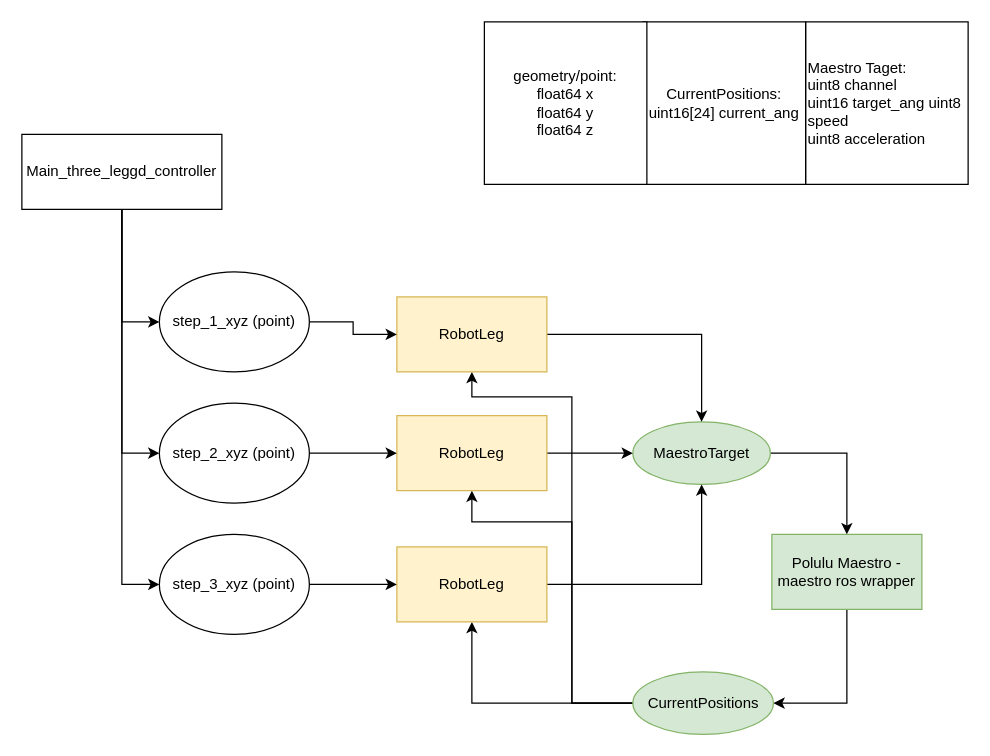
Before: app_ros_graph.drawio in eSqadron/Zebulon05, a draw.io diagram. Source tidied: cells renumbered, new cells numbered last; positions are measured from the earlier drawing's top-left corner, leaving out a move shared by most shapes. Both pictures are drawn from the tidied source at 125%, with x=0, y=0 at pixel (21, 21).
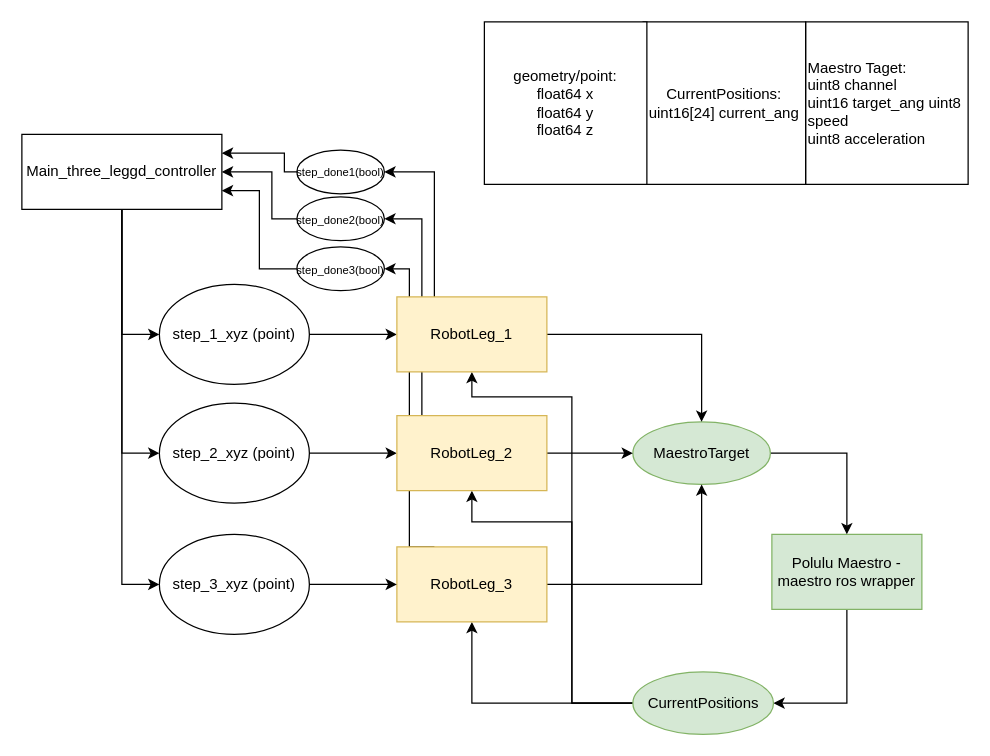
The same diagram, later.

Unchanged cells that the change refers to:
```xml
<mxCell id="27" value="Main_three_leggd_controller" style="rounded=0;whiteSpace=wrap;html=1;" parent="1" vertex="1">
  <mxGeometry y="90" width="160" height="60" as="geometry" />
</mxCell>
```

Diff of the diagram source:
```diff
@@
-    <mxCell id="13" value="RobotLeg" style="rounded=0;whiteSpace=wrap;html=1;fillColor=#fff2cc;strokeColor=#d6b656;" parent="1" vertex="1">
-      <mxGeometry x="300" y="220" width="120" height="60" as="geometry" />
-    </mxCell>
+    <mxCell id="29" style="edgeStyle=orthogonalEdgeStyle;rounded=0;jettySize=auto;html=1;exitX=0.25;exitY=0;exitDx=0;exitDy=0;entryX=1;entryY=0.5;entryDx=0;entryDy=0;fontSize=9;" parent="1" edge="1" source="13" target="33">
+      <mxGeometry relative="1" as="geometry" />
+    </mxCell>
@@
     <mxCell id="15" value="step_1_xyz (point)" style="ellipse;whiteSpace=wrap;html=1;" parent="1" vertex="1">
-      <mxGeometry x="110" y="200" width="120" height="80" as="geometry" />
+      <mxGeometry x="110" y="210" width="120" height="80" as="geometry" />
     </mxCell>
@@
-    <mxCell id="17" value="RobotLeg" style="rounded=0;whiteSpace=wrap;html=1;fillColor=#fff2cc;strokeColor=#d6b656;" parent="1" vertex="1">
-      <mxGeometry x="300" y="315" width="120" height="60" as="geometry" />
-    </mxCell>
+    <mxCell id="30" style="edgeStyle=orthogonalEdgeStyle;rounded=0;jettySize=auto;html=1;exitX=0.25;exitY=0;exitDx=0;exitDy=0;entryX=1;entryY=0.5;entryDx=0;entryDy=0;fontSize=9;" parent="1" edge="1" source="17" target="35">
+      <mxGeometry relative="1" as="geometry">
+        <Array as="points">
+          <mxPoint x="320" y="315" />
+          <mxPoint x="320" y="158" />
+        </Array>
+      </mxGeometry>
+    </mxCell>
@@
+    <mxCell id="31" style="edgeStyle=orthogonalEdgeStyle;rounded=0;jettySize=auto;html=1;exitX=0.25;exitY=0;exitDx=0;exitDy=0;entryX=1;entryY=0.5;entryDx=0;entryDy=0;fontSize=9;" parent="1" edge="1" source="21" target="37">
+      <mxGeometry relative="1" as="geometry">
+        <Array as="points">
+          <mxPoint x="310" y="420" />
+          <mxPoint x="310" y="198" />
+        </Array>
+      </mxGeometry>
+    </mxCell>
-    <mxCell id="21" value="RobotLeg" style="rounded=0;whiteSpace=wrap;html=1;fillColor=#fff2cc;strokeColor=#d6b656;" parent="1" vertex="1">
+    <mxCell id="21" value="RobotLeg_3" style="rounded=0;whiteSpace=wrap;html=1;fillColor=#fff2cc;strokeColor=#d6b656;" parent="1" vertex="1">
       <mxGeometry x="300" y="420" width="120" height="60" as="geometry" />
     </mxCell>
@@
+    <mxCell id="32" style="edgeStyle=orthogonalEdgeStyle;rounded=0;jettySize=auto;html=1;exitX=0;exitY=0.5;exitDx=0;exitDy=0;entryX=1;entryY=0.25;entryDx=0;entryDy=0;fontSize=9;" parent="1" edge="1" source="33" target="27">
+      <mxGeometry relative="1" as="geometry">
+        <Array as="points">
+          <mxPoint x="210" y="120" />
+          <mxPoint x="210" y="105" />
+        </Array>
+      </mxGeometry>
+    </mxCell>
+    <mxCell id="33" value="&lt;font style=&quot;font-size: 9px;&quot;&gt;step_done1(bool)&lt;/font&gt;" style="ellipse;whiteSpace=wrap;html=1;" parent="1" vertex="1">
+      <mxGeometry x="220" y="102.5" width="70" height="35" as="geometry" />
+    </mxCell>
+    <mxCell id="34" style="edgeStyle=orthogonalEdgeStyle;rounded=0;jettySize=auto;html=1;exitX=0;exitY=0.5;exitDx=0;exitDy=0;entryX=1;entryY=0.5;entryDx=0;entryDy=0;fontSize=9;" parent="1" edge="1" source="35" target="27">
+      <mxGeometry relative="1" as="geometry">
+        <Array as="points">
+          <mxPoint x="200" y="158" />
+          <mxPoint x="200" y="120" />
+        </Array>
+      </mxGeometry>
+    </mxCell>
+    <mxCell id="35" value="&lt;font style=&quot;font-size: 9px;&quot;&gt;step_done2(bool)&lt;/font&gt;" style="ellipse;whiteSpace=wrap;html=1;" parent="1" vertex="1">
+      <mxGeometry x="220" y="140" width="70" height="35" as="geometry" />
+    </mxCell>
+    <mxCell id="36" style="edgeStyle=orthogonalEdgeStyle;rounded=0;jettySize=auto;html=1;exitX=0;exitY=0.5;exitDx=0;exitDy=0;entryX=1;entryY=0.75;entryDx=0;entryDy=0;fontSize=9;" parent="1" edge="1" source="37" target="27">
+      <mxGeometry relative="1" as="geometry" />
+    </mxCell>
+    <mxCell id="37" value="&lt;font style=&quot;font-size: 9px;&quot;&gt;step_done3(bool)&lt;/font&gt;" style="ellipse;whiteSpace=wrap;html=1;" parent="1" vertex="1">
+      <mxGeometry x="220" y="180" width="70" height="35" as="geometry" />
+    </mxCell>
+    <mxCell id="13" value="RobotLeg_1" style="rounded=0;whiteSpace=wrap;html=1;fillColor=#fff2cc;strokeColor=#d6b656;" parent="1" vertex="1">
+      <mxGeometry x="300" y="220" width="120" height="60" as="geometry" />
+    </mxCell>
+    <mxCell id="17" value="RobotLeg_2" style="rounded=0;whiteSpace=wrap;html=1;fillColor=#fff2cc;strokeColor=#d6b656;" parent="1" vertex="1">
+      <mxGeometry x="300" y="315" width="120" height="60" as="geometry" />
+    </mxCell>
```
